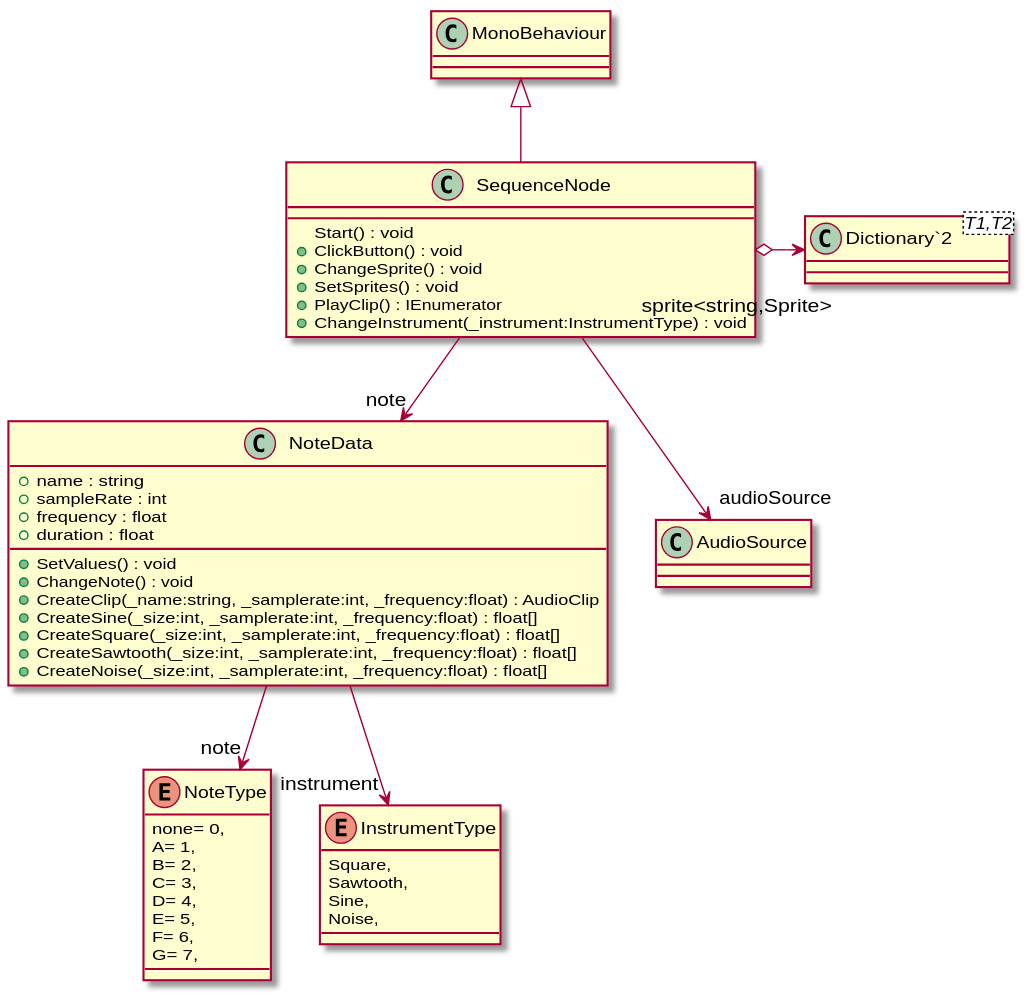
Earlier version of the PlantUML export UML/SequenceNode.svg (Emanuelsoniax/AudioSequencer).
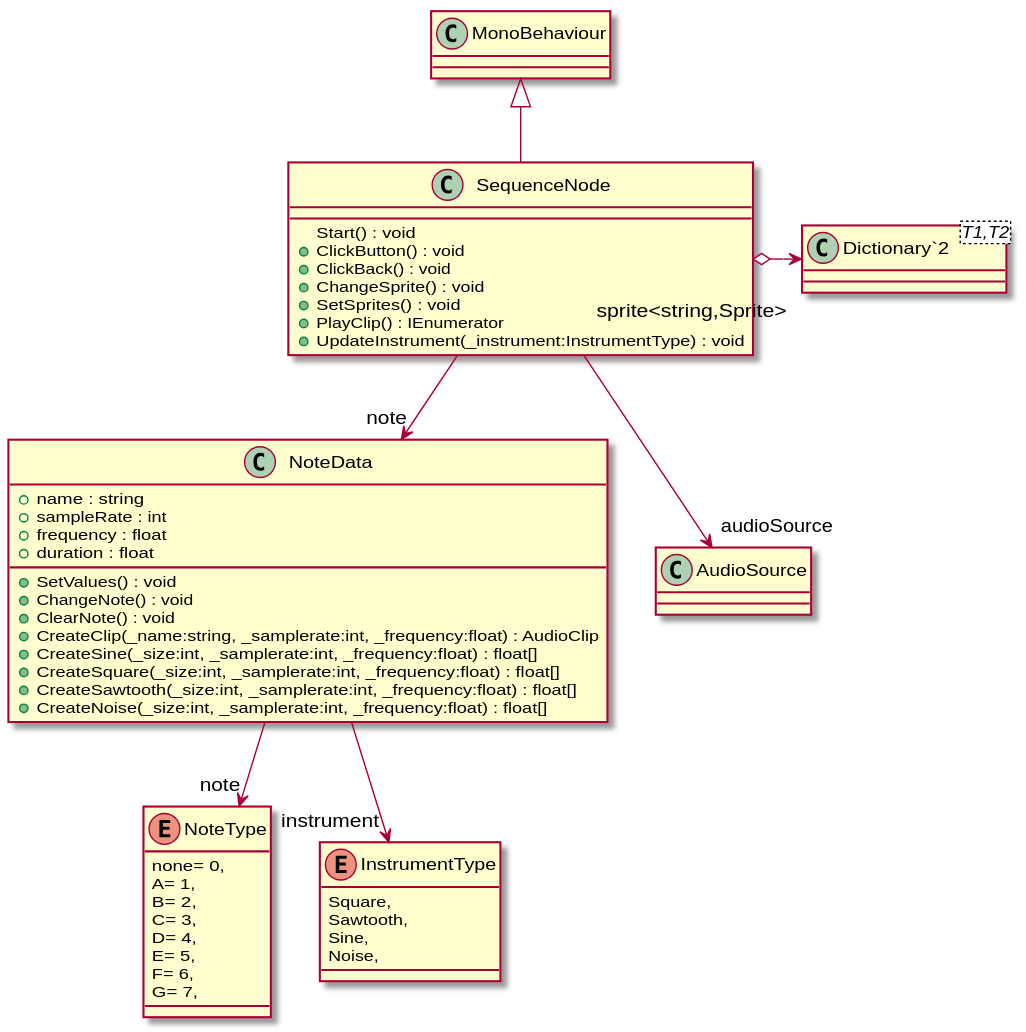
Later version of the same file.

What changed in the source:
```diff
@@ -2,10 +2,11 @@
 class SequenceNode {
     Start() : void
     + ClickButton() : void
+    + ClickBack() : void
     + ChangeSprite() : void
     + SetSprites() : void
     + PlayClip() : IEnumerator
-    + ChangeInstrument(_instrument:InstrumentType) : void
+    + UpdateInstrument(_instrument:InstrumentType) : void
 }
 enum NoteType {
     none= 0,
@@ -30,6 +31,7 @@
     + duration : float
     + SetValues() : void
     + ChangeNote() : void
+    + ClearNote() : void
     + CreateClip(_name:string, _samplerate:int, _frequency:float) : AudioClip
     + CreateSine(_size:int, _samplerate:int, _frequency:float) : float[]
     + CreateSquare(_size:int, _samplerate:int, _frequency:float) : float[]
```
